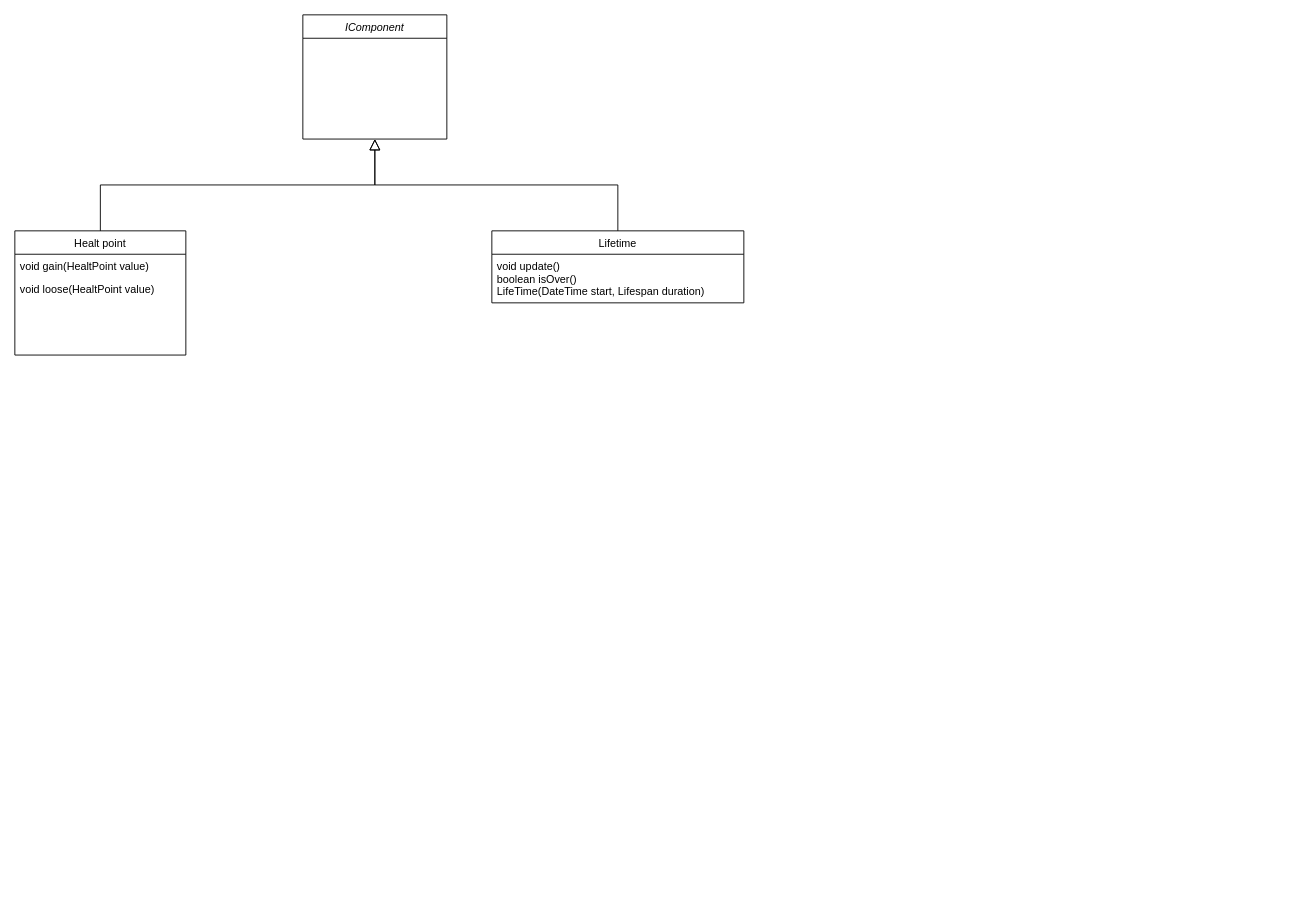
Before: page "Components" (2 of 4) of UMLGeneralFramework.drawio in Kragoum/BomberKnight, a draw.io diagram. Source tidied: cells renumbered, new cells numbered last; positions are measured from the earlier drawing's top-left corner, leaving out a move shared by most shapes. Both pictures are drawn from the tidied source at 90%, with x=0, y=0 at pixel (14, 14).
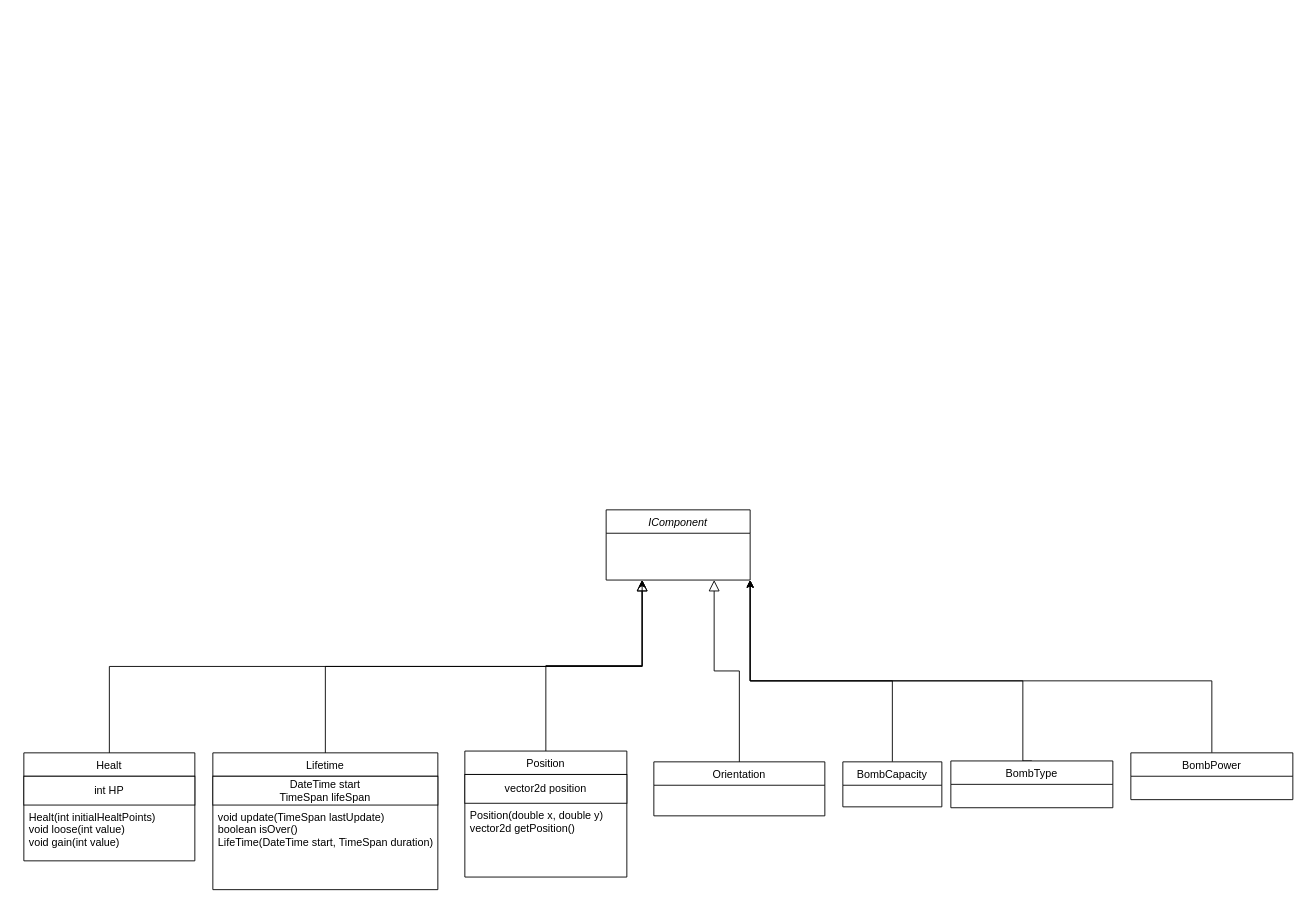
The same page after the edit.

Change to the diagram source:
```diff
@@
     <mxCell id="2" value="IComponent" style="swimlane;fontStyle=2;align=center;verticalAlign=top;horizontal=1;startSize=26;rounded=0;shadow=0;strokeWidth=1;" parent="1" vertex="1">
-      <mxGeometry x="320" width="160" height="138" as="geometry" />
+      <mxGeometry x="657" y="550" width="160" height="78" as="geometry" />
     </mxCell>
-    <mxCell id="3" value="Healt point" style="swimlane;fontStyle=0;align=center;verticalAlign=top;horizontal=1;startSize=26;rounded=0;shadow=0;strokeWidth=1;" parent="1" vertex="1">
-      <mxGeometry y="240" width="190" height="138" as="geometry" />
+    <mxCell id="3" value="Healt" style="swimlane;fontStyle=0;align=center;verticalAlign=top;horizontal=1;startSize=26;rounded=0;shadow=0;strokeWidth=1;" parent="1" vertex="1">
+      <mxGeometry x="10" y="820" width="190" height="120" as="geometry" />
     </mxCell>
-    <mxCell id="4" value="void gain(HealtPoint value)" style="text;align=left;verticalAlign=top;spacingLeft=4;spacingRight=4;overflow=hidden;" parent="3" vertex="1">
-      <mxGeometry y="26" width="190" height="26" as="geometry" />
-    </mxCell>
+    <mxCell id="10" value="int HP" style="rounded=0;whiteSpace=wrap;html=1;" parent="3" vertex="1">
+      <mxGeometry y="26" width="190" height="32" as="geometry" />
+    </mxCell>
-    <mxCell id="5" value="void loose(HealtPoint value)" style="text;align=left;verticalAlign=top;spacingLeft=4;spacingRight=4;overflow=hidden;rounded=0;shadow=0;html=0;" parent="3" vertex="1">
-      <mxGeometry y="52" width="190" height="26" as="geometry" />
+    <mxCell id="5" value="Healt(int initialHealtPoints)&#10;void loose(int value)&#10;void gain(int value)" style="text;align=left;verticalAlign=top;spacingLeft=4;spacingRight=4;overflow=hidden;rounded=0;shadow=0;html=0;" parent="3" vertex="1">
+      <mxGeometry y="58" width="190" height="62" as="geometry" />
     </mxCell>
-    <mxCell id="6" style="endArrow=block;endSize=10;endFill=0;shadow=0;strokeWidth=1;rounded=0;edgeStyle=elbowEdgeStyle;elbow=vertical;" parent="1" edge="1" source="3" target="2">
+    <mxCell id="6" style="endArrow=block;endSize=10;endFill=0;shadow=0;strokeWidth=1;rounded=0;edgeStyle=elbowEdgeStyle;elbow=vertical;entryX=0.25;entryY=1;entryDx=0;entryDy=0;" parent="1" edge="1" source="3" target="2">
       <mxGeometry relative="1" as="geometry" />
     </mxCell>
     <mxCell id="7" value="Lifetime" style="swimlane;fontStyle=0;align=center;verticalAlign=top;horizontal=1;startSize=26;rounded=0;shadow=0;strokeWidth=1;" parent="1" vertex="1">
-      <mxGeometry x="530" y="240" width="280" height="80" as="geometry" />
+      <mxGeometry x="220" y="820" width="250" height="152" as="geometry" />
     </mxCell>
+    <mxCell id="11" value="DateTime start&lt;br&gt;TimeSpan lifeSpan" style="rounded=0;whiteSpace=wrap;html=1;" parent="7" vertex="1">
+      <mxGeometry y="26" width="250" height="32" as="geometry" />
+    </mxCell>
-    <mxCell id="8" value="void update()&#10;boolean isOver()&#10;LifeTime(DateTime start, Lifespan duration)" style="text;align=left;verticalAlign=top;spacingLeft=4;spacingRight=4;overflow=hidden;" parent="7" vertex="1">
-      <mxGeometry y="26" width="280" height="54" as="geometry" />
+    <mxCell id="8" value="void update(TimeSpan lastUpdate)&#10;boolean isOver()&#10;LifeTime(DateTime start, TimeSpan duration)" style="text;align=left;verticalAlign=top;spacingLeft=4;spacingRight=4;overflow=hidden;" parent="7" vertex="1">
+      <mxGeometry y="58" width="250" height="94" as="geometry" />
     </mxCell>
-    <mxCell id="9" style="endArrow=block;endSize=10;endFill=0;shadow=0;strokeWidth=1;rounded=0;edgeStyle=elbowEdgeStyle;elbow=vertical;" parent="1" edge="1" source="7" target="2">
+    <mxCell id="9" style="endArrow=block;endSize=10;endFill=0;shadow=0;strokeWidth=1;rounded=0;edgeStyle=elbowEdgeStyle;elbow=vertical;entryX=0.25;entryY=1;entryDx=0;entryDy=0;" parent="1" edge="1" source="7" target="2">
       <mxGeometry relative="1" as="geometry" />
     </mxCell>
+    <mxCell id="12" style="edgeStyle=orthogonalEdgeStyle;rounded=0;jettySize=auto;html=1;entryX=0.25;entryY=1;entryDx=0;entryDy=0;" parent="1" edge="1" source="13" target="2">
+      <mxGeometry relative="1" as="geometry" />
+    </mxCell>
+    <mxCell id="13" value="Position" style="swimlane;fontStyle=0;align=center;verticalAlign=top;horizontal=1;startSize=26;rounded=0;shadow=0;strokeWidth=1;" parent="1" vertex="1">
+      <mxGeometry x="500" y="818" width="180" height="140" as="geometry" />
+    </mxCell>
+    <mxCell id="14" value="&lt;span style=&quot;text-align: left;&quot;&gt;vector2d position&lt;br&gt;&lt;/span&gt;" style="rounded=0;whiteSpace=wrap;html=1;" parent="13" vertex="1">
+      <mxGeometry y="26" width="180" height="32" as="geometry" />
+    </mxCell>
+    <mxCell id="15" value="Position(double x, double y)&#10;vector2d getPosition()&#10;" style="text;align=left;verticalAlign=top;spacingLeft=4;spacingRight=4;overflow=hidden;" parent="13" vertex="1">
+      <mxGeometry y="58" width="180" height="82" as="geometry" />
+    </mxCell>
+    <mxCell id="16" value="Orientation" style="swimlane;fontStyle=0;align=center;verticalAlign=top;horizontal=1;startSize=26;rounded=0;shadow=0;strokeWidth=1;" parent="1" vertex="1">
+      <mxGeometry x="710" y="830" width="190" height="60" as="geometry" />
+    </mxCell>
+    <mxCell id="17" style="endArrow=block;endSize=10;endFill=0;shadow=0;strokeWidth=1;rounded=0;edgeStyle=elbowEdgeStyle;elbow=vertical;entryX=0.75;entryY=1;entryDx=0;entryDy=0;" parent="1" edge="1" source="16" target="2">
+      <mxGeometry relative="1" as="geometry" />
+    </mxCell>
+    <mxCell id="18" style="edgeStyle=orthogonalEdgeStyle;rounded=0;jettySize=auto;html=1;entryX=1;entryY=1;entryDx=0;entryDy=0;" parent="1" edge="1" source="19" target="2">
+      <mxGeometry relative="1" as="geometry">
+        <Array as="points">
+          <mxPoint x="975" y="740" />
+          <mxPoint x="817" y="740" />
+        </Array>
+      </mxGeometry>
+    </mxCell>
+    <mxCell id="19" value="BombCapacity" style="swimlane;fontStyle=0;align=center;verticalAlign=top;horizontal=1;startSize=26;rounded=0;shadow=0;strokeWidth=1;" parent="1" vertex="1">
+      <mxGeometry x="920" y="830" width="110" height="50" as="geometry" />
+    </mxCell>
+    <mxCell id="20" style="edgeStyle=orthogonalEdgeStyle;rounded=0;jettySize=auto;html=1;entryX=1;entryY=1;entryDx=0;entryDy=0;exitX=0.5;exitY=0;exitDx=0;exitDy=0;" parent="1" edge="1" source="21" target="2">
+      <mxGeometry relative="1" as="geometry">
+        <Array as="points">
+          <mxPoint x="1120" y="829" />
+          <mxPoint x="1120" y="740" />
+          <mxPoint x="817" y="740" />
+        </Array>
+      </mxGeometry>
+    </mxCell>
+    <mxCell id="21" value="BombType" style="swimlane;fontStyle=0;align=center;verticalAlign=top;horizontal=1;startSize=26;rounded=0;shadow=0;strokeWidth=1;" parent="1" vertex="1">
+      <mxGeometry x="1040" y="829" width="180" height="52" as="geometry" />
+    </mxCell>
+    <mxCell id="22" style="edgeStyle=orthogonalEdgeStyle;rounded=0;jettySize=auto;html=1;entryX=1;entryY=1;entryDx=0;entryDy=0;" parent="1" edge="1" source="23" target="2">
+      <mxGeometry relative="1" as="geometry">
+        <Array as="points">
+          <mxPoint x="1330" y="740" />
+          <mxPoint x="817" y="740" />
+        </Array>
+      </mxGeometry>
+    </mxCell>
+    <mxCell id="23" value="BombPower" style="swimlane;fontStyle=0;align=center;verticalAlign=top;horizontal=1;startSize=26;rounded=0;shadow=0;strokeWidth=1;" parent="1" vertex="1">
+      <mxGeometry x="1240" y="820" width="180" height="52" as="geometry" />
+    </mxCell>
```
